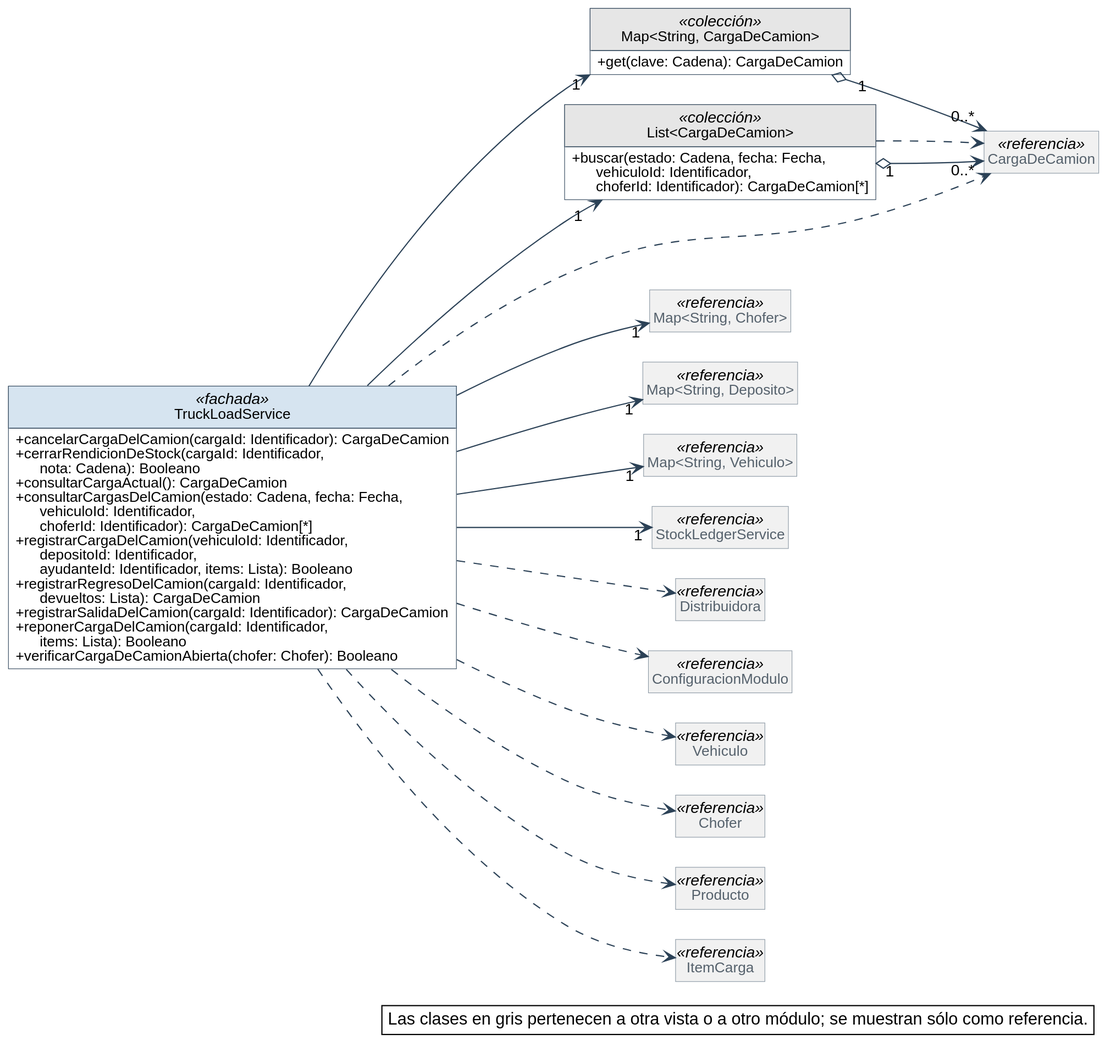
Nahuelito-Dev/splg-docs keeps this PlantUML diagram as diagramas/clases-diseno/DC_Mod_Carga-del-camion.svg. Above is the earlier version.
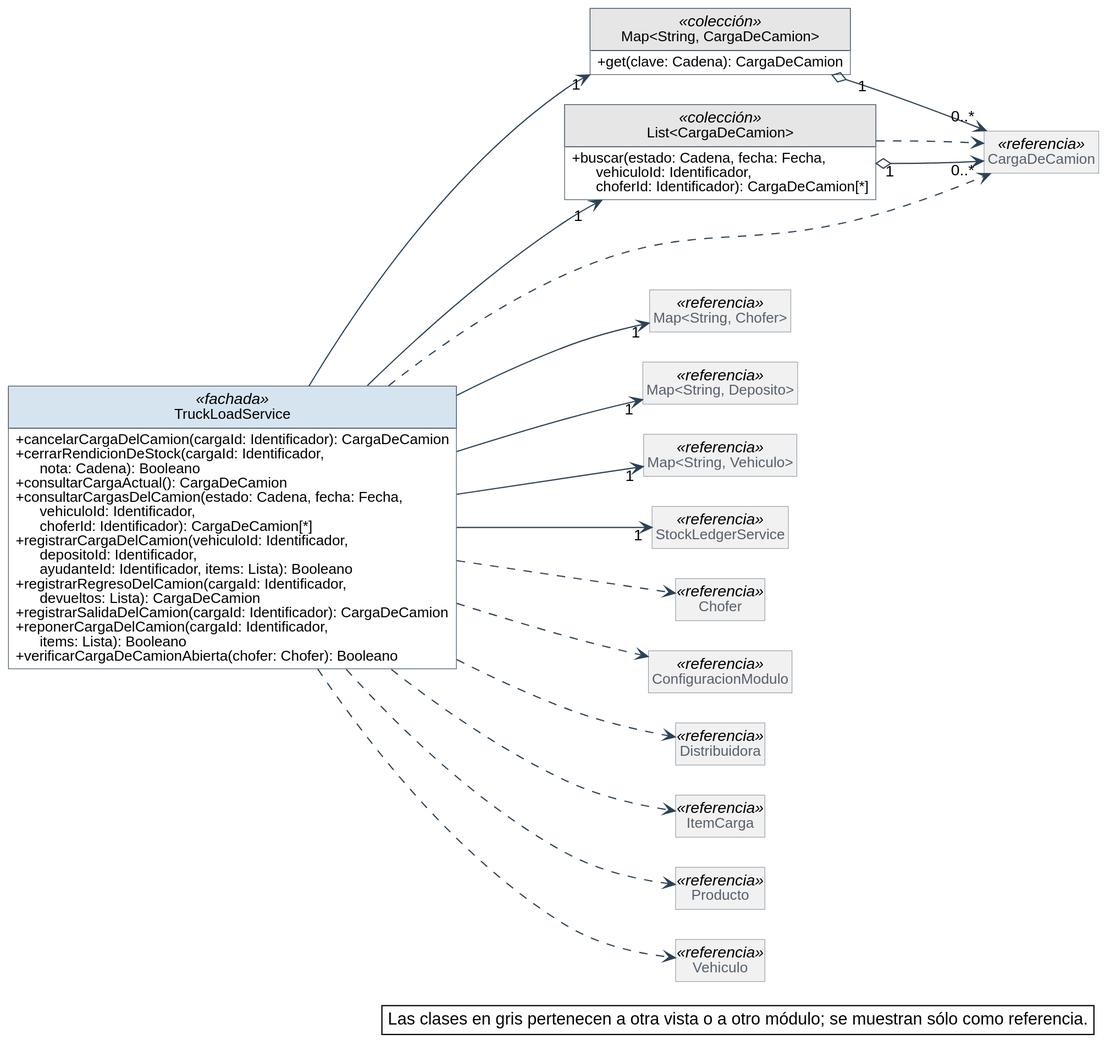
The same diagram one commit later.

Diff of the diagram source:
```diff
@@ -82,12 +82,12 @@
 class "Map<String, Deposito>" as Map_String_Deposito <<referencia>>
 class "Map<String, Vehiculo>" as Map_String_Vehiculo <<referencia>>
 class StockLedgerService <<referencia>>
+class Chofer <<referencia>>
+class ConfiguracionModulo <<referencia>>
 class Distribuidora <<referencia>>
-class ConfiguracionModulo <<referencia>>
+class ItemCarga <<referencia>>
+class Producto <<referencia>>
 class Vehiculo <<referencia>>
-class Chofer <<referencia>>
-class Producto <<referencia>>
-class ItemCarga <<referencia>>
 
 Map_String_CargaDeCamion "1" o--> "0..*" CargaDeCamion
 List_CargaDeCamion "1" o--> "0..*" CargaDeCamion
```
